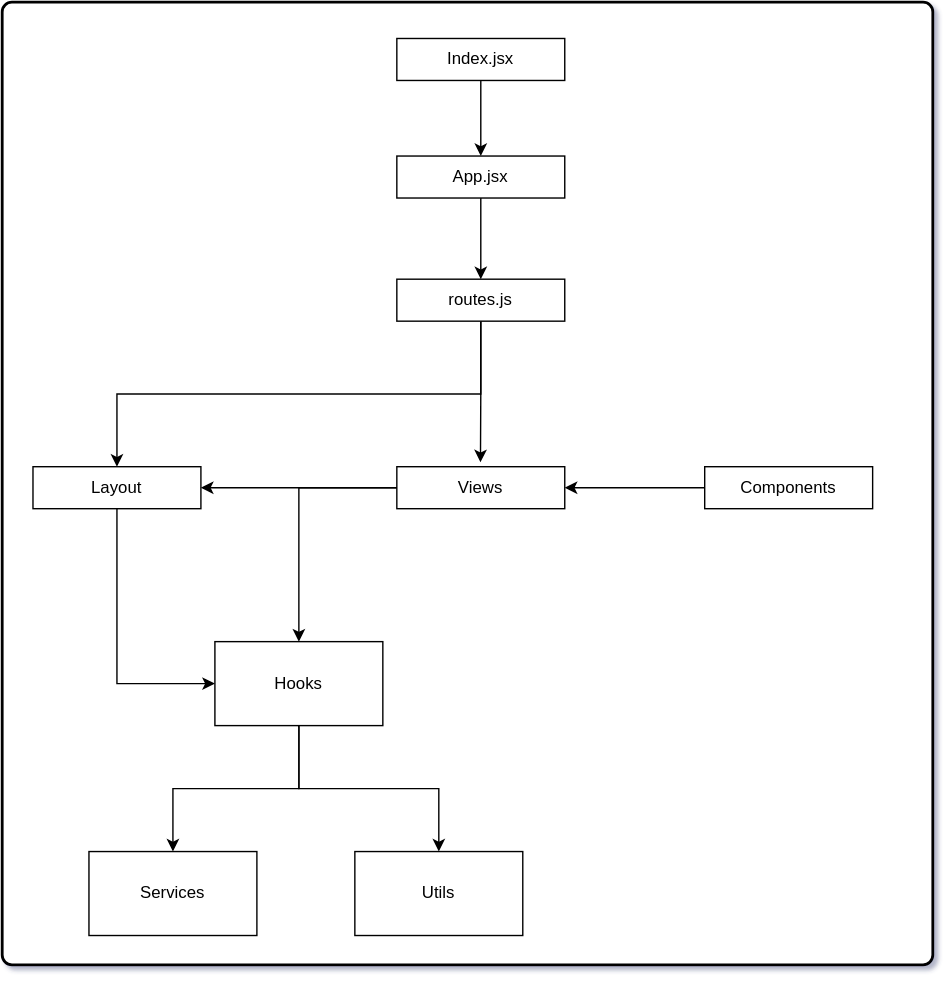
Before: Structure.svg, a diagram exported from draw.io (LauriKajakko/reaktor-challenge-2021). Source tidied: cells renumbered, new cells last; positions are measured from the earlier drawing's top-left corner, leaving out a move shared by most shapes.
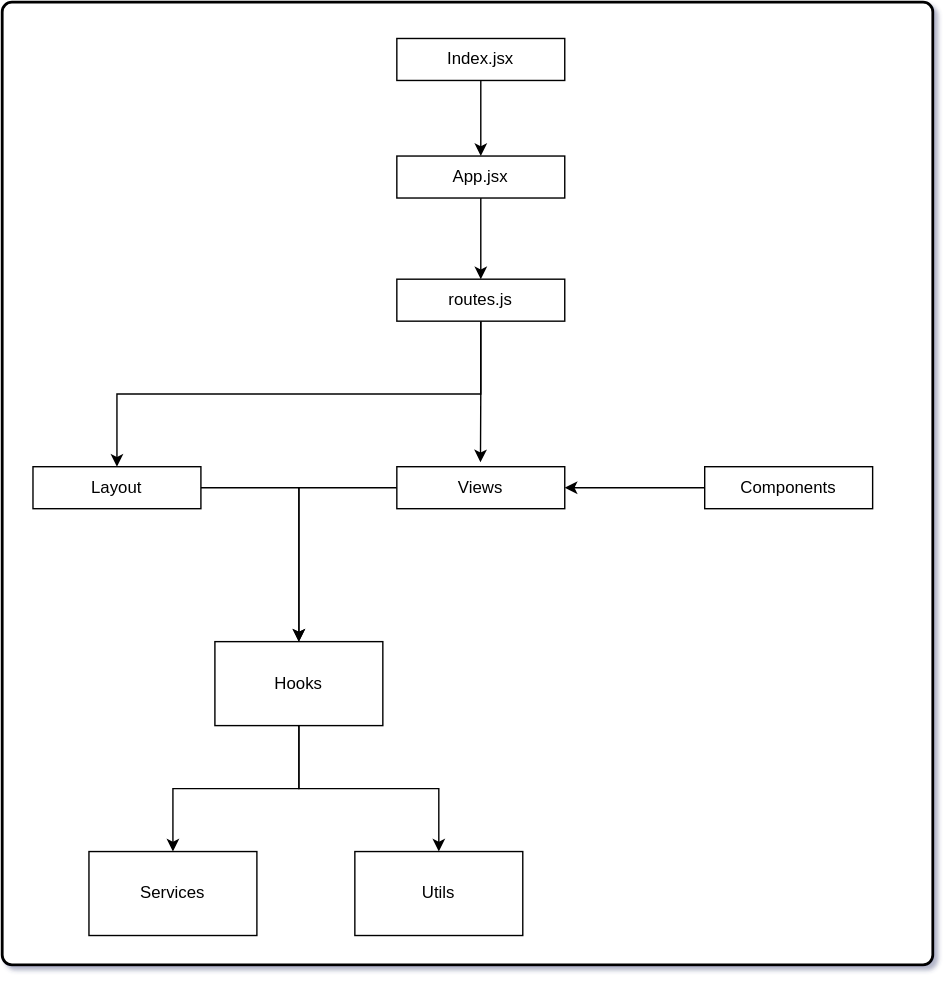
The same file after the commit.

What changed in the source:
```diff
@@ -38,16 +38,13 @@
     <mxCell id="13" value="Components" style="text;html=1;strokeColor=none;fillColor=none;align=center;verticalAlign=middle;whiteSpace=wrap;rounded=0;" parent="1" vertex="1">
       <mxGeometry x="542" y="337" width="40" height="20" as="geometry" />
     </mxCell>
-    <mxCell id="14" style="edgeStyle=orthogonalEdgeStyle;rounded=0;jettySize=auto;html=1;exitX=0;exitY=0.5;exitDx=0;exitDy=0;entryX=1;entryY=0.5;entryDx=0;entryDy=0;" parent="1" edge="1" source="16" target="18">
-      <mxGeometry relative="1" as="geometry" />
-    </mxCell>
     <mxCell id="15" style="edgeStyle=orthogonalEdgeStyle;rounded=0;jettySize=auto;html=1;exitX=0;exitY=0.5;exitDx=0;exitDy=0;entryX=0.5;entryY=0;entryDx=0;entryDy=0;" parent="1" edge="1" source="16" target="5">
       <mxGeometry relative="1" as="geometry" />
     </mxCell>
     <mxCell id="16" style="rounded=0;whiteSpace=wrap;html=1;" parent="1" vertex="1">
       <mxGeometry x="282" y="332" width="120" height="30" as="geometry" />
     </mxCell>
-    <mxCell id="17" style="edgeStyle=orthogonalEdgeStyle;rounded=0;jettySize=auto;html=1;exitX=0.5;exitY=1;exitDx=0;exitDy=0;entryX=0;entryY=0.5;entryDx=0;entryDy=0;" parent="1" edge="1" source="18" target="5">
+    <mxCell id="17" style="edgeStyle=orthogonalEdgeStyle;rounded=0;jettySize=auto;html=1;exitX=1;exitY=0.5;exitDx=0;exitDy=0;entryX=0.5;entryY=0;entryDx=0;entryDy=0;" parent="1" edge="1" source="18" target="5">
       <mxGeometry relative="1" as="geometry" />
     </mxCell>
     <mxCell id="18" style="rounded=0;whiteSpace=wrap;html=1;" parent="1" vertex="1">
```
